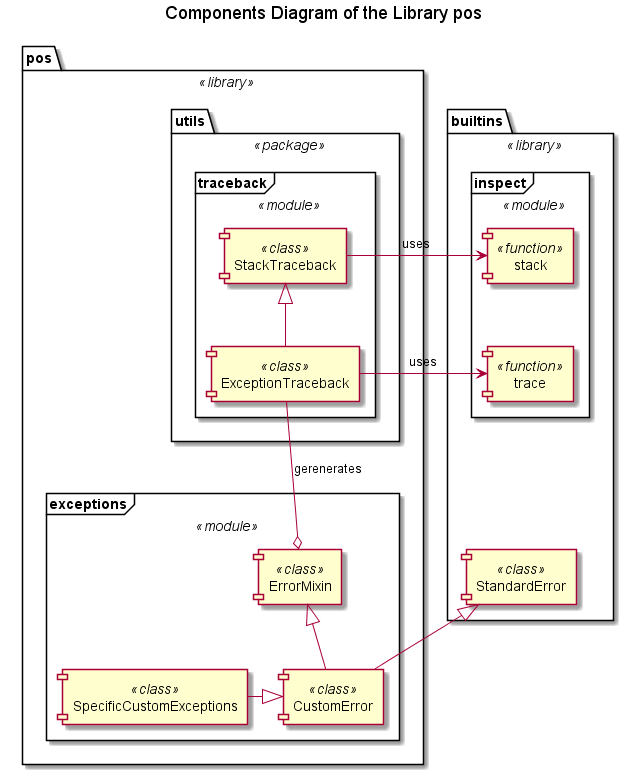
Above: Docs/UML/pos Components.png in FooBarShebang/pos (PlantUML), before the change. The source it was exported from:
```plantuml
@startuml

title Components Diagram of the Library pos


















package "pos" <<library>> {


package "utils" <<package>> {
    frame "traceback" <<module>> {
        component "StackTraceback" <<class>>

        component "ExceptionTraceback" <<class>>

        StackTraceback <|-- ExceptionTraceback
    }
}



frame "exceptions" <<module>> {
    component "ErrorMixin" <<class>>

    component "CustomError" <<class>>

    component "SpecificCustomExceptions" <<class>>

    ErrorMixin <|-- CustomError

    CustomError <|-left- SpecificCustomExceptions
}

    ExceptionTraceback --o ErrorMixin : gerenerates
}

package "builtins" <<library>> {
        frame "inspect" as inspect_b <<module>> {
            component "stack" as stack_b <<function>>

            component "trace" as trace_b <<function>>

            stack_b -[hidden]- trace_b
        }

        component "StandardError" <<class>>

        trace_b -[hidden]- StandardError
    }

StackTraceback -left-> stack_b : uses

ExceptionTraceback -left-> trace_b : uses

StandardError <|-- CustomError

@enduml
```
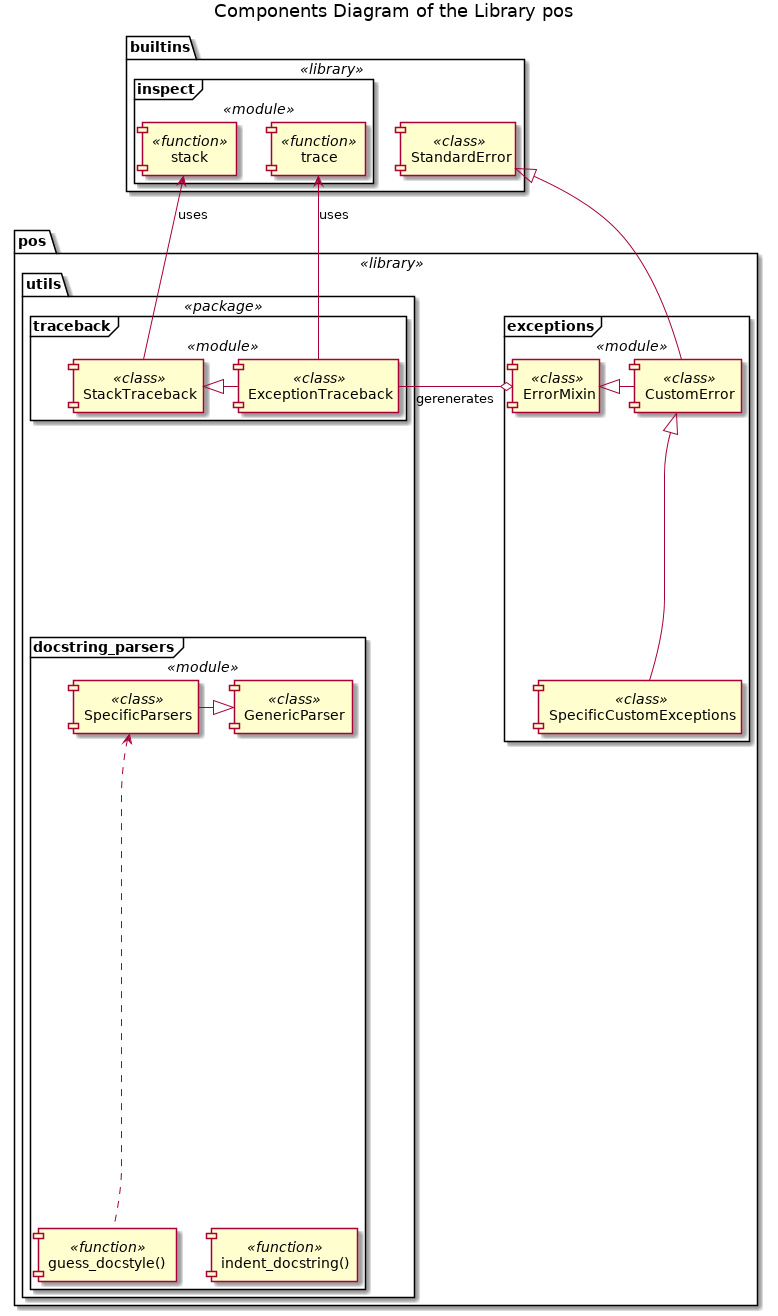
The same file after the commit.

What changed in the source:
```diff
@@ -28,8 +28,26 @@
 
         component "ExceptionTraceback" <<class>>
 
-        StackTraceback <|-- ExceptionTraceback
+        StackTraceback <|- ExceptionTraceback
     }
+
+    frame "docstring_parsers" <<module>> {
+        component "GenericParser" <<class>>
+
+        component "SpecificParsers" <<class>>
+
+        SpecificParsers -|> GenericParser
+
+        component "guess_docstyle()" as gds <<function>>
+
+        SpecificParsers <.. gds
+
+        component "indent_docstring()" as ids <<function>>
+
+        gds -[hidden] ids
+    }
+
+    traceback -[hidden]- docstring_parsers
 }
 
 
@@ -41,12 +59,12 @@
 
     component "SpecificCustomExceptions" <<class>>
 
-    ErrorMixin <|-- CustomError
+    ErrorMixin <|- CustomError
 
-    CustomError <|-left- SpecificCustomExceptions
+    CustomError <|-d- SpecificCustomExceptions
 }
 
-    ExceptionTraceback --o ErrorMixin : gerenerates
+    ExceptionTraceback -o ErrorMixin : gerenerates
 }
 
 package "builtins" <<library>> {
@@ -55,17 +73,17 @@
 
             component "trace" as trace_b <<function>>
 
-            stack_b -[hidden]- trace_b
+            stack_b -[hidden] trace_b
         }
 
         component "StandardError" <<class>>
 
-        trace_b -[hidden]- StandardError
+        trace_b -[hidden] StandardError
     }
 
-StackTraceback -left-> stack_b : uses
+stack_b <-- StackTraceback : uses
 
-ExceptionTraceback -left-> trace_b : uses
+trace_b <-- ExceptionTraceback : uses
 
 StandardError <|-- CustomError
 
```
